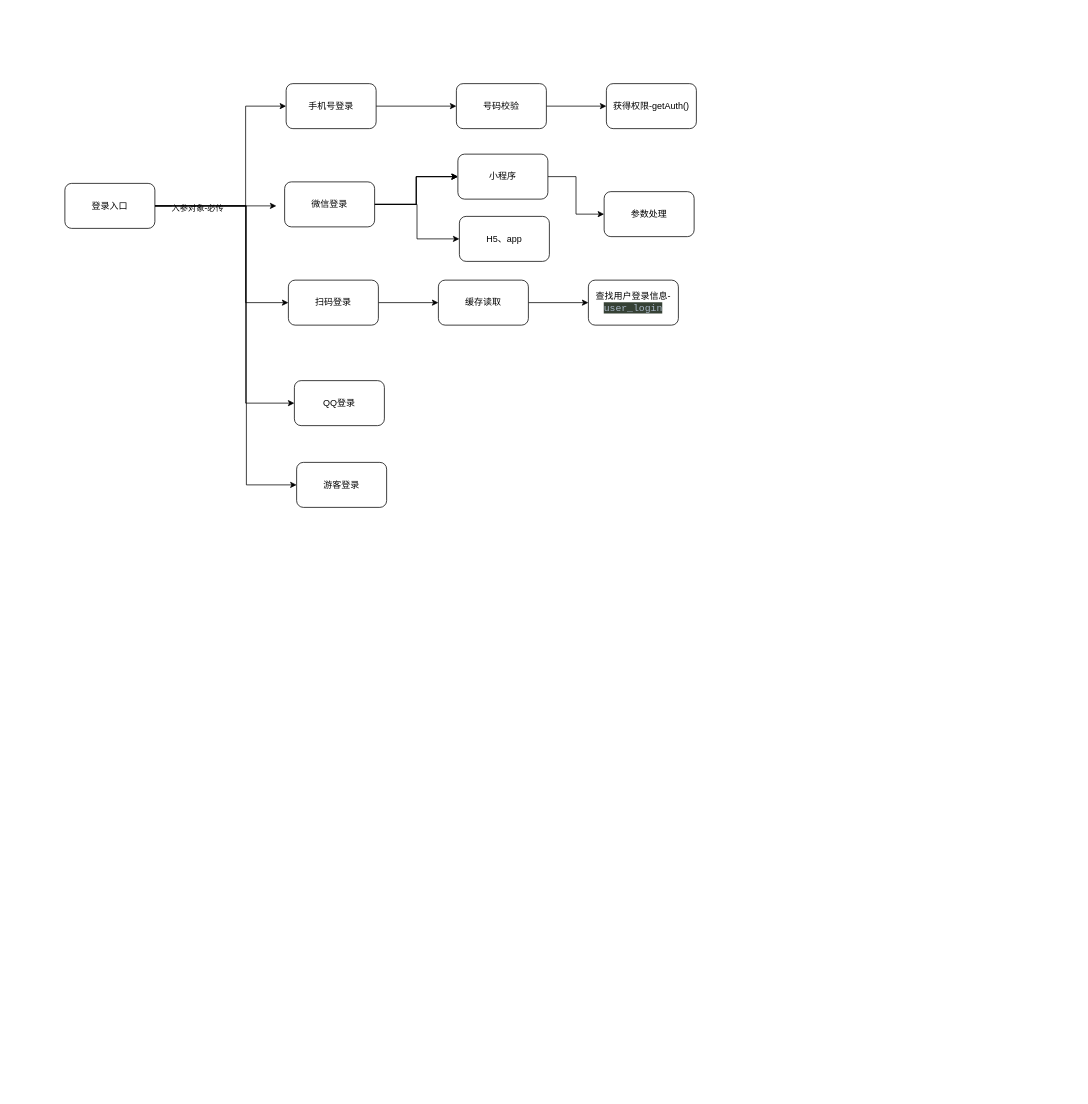
The draw.io diagram 扩展学习流程图/海绵登录流程图.drawio in YYB1024/myRemoteRepo, before the edit. Source tidied: cells renumbered, new cells numbered last; positions are measured from the earlier drawing's top-left corner, leaving out a move shared by most shapes. Both pictures are drawn from the tidied source at 75%, with x=0, y=0 at pixel (64, 83).
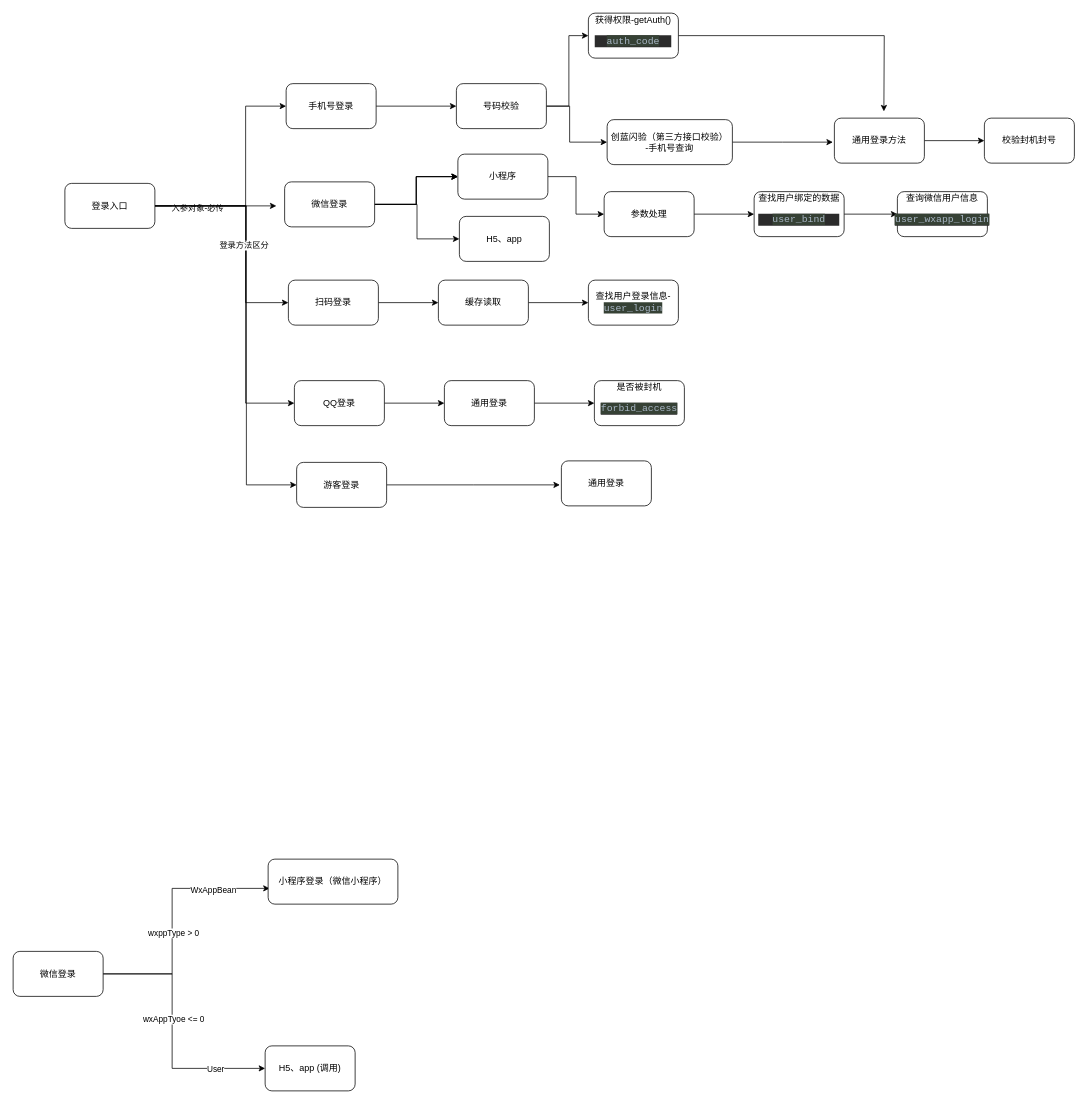
Above is the later version.

Commit message:
更新海绵登录流程图.drawio

The change refers to these unchanged cells:
```xml
<mxCell id="7" style="edgeStyle=orthogonalEdgeStyle;rounded=0;jettySize=auto;html=1;entryX=0;entryY=0.5;entryDx=0;entryDy=0;" parent="1" edge="1" source="8" target="19">
  <mxGeometry relative="1" as="geometry">
    <Array as="points">
      <mxPoint x="242" y="163" />
      <mxPoint x="242" y="535" />
    </Array>
  </mxGeometry>
</mxCell>
<mxCell id="18" value="QQ登录" style="rounded=1;whiteSpace=wrap;html=1;" parent="1" vertex="1">
  <mxGeometry x="306" y="396" width="120" height="60" as="geometry" />
</mxCell>
<mxCell id="19" value="游客登录" style="rounded=1;whiteSpace=wrap;html=1;" parent="1" vertex="1">
  <mxGeometry x="309" y="505" width="120" height="60" as="geometry" />
</mxCell>
<mxCell id="21" value="号码校验" style="whiteSpace=wrap;html=1;rounded=1;" parent="1" vertex="1">
  <mxGeometry x="522" width="120" height="60" as="geometry" />
</mxCell>
<mxCell id="26" value="参数处理" style="whiteSpace=wrap;html=1;rounded=1;" parent="1" vertex="1">
  <mxGeometry x="719" y="144" width="120" height="60" as="geometry" />
</mxCell>
```

The edit, as a diff of the source:
```diff
@@
+    <mxCell id="30" value="登录方法区分" style="edgeLabel;html=1;align=center;verticalAlign=middle;" parent="7" vertex="1">
+      <mxGeometry x="-0.38" y="-4" relative="1" as="geometry" />
+    </mxCell>
@@
+    <mxCell id="31" style="edgeStyle=orthogonalEdgeStyle;rounded=0;jettySize=auto;html=1;" parent="1" edge="1" source="18" target="37">
+      <mxGeometry relative="1" as="geometry" />
+    </mxCell>
@@
+    <mxCell id="32" style="edgeStyle=orthogonalEdgeStyle;rounded=0;jettySize=auto;html=1;" parent="1" edge="1" source="19">
+      <mxGeometry relative="1" as="geometry">
+        <mxPoint x="660" y="535" as="targetPoint" />
+      </mxGeometry>
+    </mxCell>
@@
     <mxCell id="20" style="edgeStyle=orthogonalEdgeStyle;rounded=0;jettySize=auto;html=1;" parent="1" edge="1" source="21" target="22">
-      <mxGeometry relative="1" as="geometry" />
+      <mxGeometry relative="1" as="geometry">
+        <Array as="points">
+          <mxPoint x="672" y="30" />
+          <mxPoint x="672" y="-64" />
+        </Array>
+      </mxGeometry>
     </mxCell>
+    <mxCell id="33" style="edgeStyle=orthogonalEdgeStyle;rounded=0;jettySize=auto;html=1;" parent="1" edge="1" source="21" target="41">
+      <mxGeometry relative="1" as="geometry">
+        <Array as="points">
+          <mxPoint x="673" y="30" />
+          <mxPoint x="673" y="78" />
+        </Array>
+      </mxGeometry>
+    </mxCell>
@@
+    <mxCell id="34" style="edgeStyle=orthogonalEdgeStyle;rounded=0;jettySize=auto;html=1;" parent="1" edge="1" source="22">
+      <mxGeometry relative="1" as="geometry">
+        <mxPoint x="1092" y="37" as="targetPoint" />
+      </mxGeometry>
+    </mxCell>
-    <mxCell id="22" value="获得权限-getAuth()" style="whiteSpace=wrap;html=1;rounded=1;" parent="1" vertex="1">
-      <mxGeometry x="722" width="120" height="60" as="geometry" />
+    <mxCell id="22" value="获得权限-getAuth()&lt;br&gt;&lt;pre style=&quot;background-color:#2b2b2b;color:#a9b7c6;font-family:'JetBrains Mono',monospace;font-size:9.8pt;&quot;&gt;&lt;span style=&quot;background-color:#364135;&quot;&gt;auth_code&lt;/span&gt;&lt;/pre&gt;" style="whiteSpace=wrap;html=1;rounded=1;" parent="1" vertex="1">
+      <mxGeometry x="698" y="-94" width="120" height="60" as="geometry" />
     </mxCell>
@@
+    <mxCell id="35" style="edgeStyle=orthogonalEdgeStyle;rounded=0;jettySize=auto;html=1;" parent="1" edge="1" source="26" target="46">
+      <mxGeometry relative="1" as="geometry" />
+    </mxCell>
@@
+    <mxCell id="36" style="edgeStyle=orthogonalEdgeStyle;rounded=0;jettySize=auto;html=1;" parent="1" edge="1" source="37" target="38">
+      <mxGeometry relative="1" as="geometry" />
+    </mxCell>
+    <mxCell id="37" value="通用登录" style="whiteSpace=wrap;html=1;rounded=1;" parent="1" vertex="1">
+      <mxGeometry x="506" y="396" width="120" height="60" as="geometry" />
+    </mxCell>
+    <mxCell id="38" value="是否被封机&lt;div&gt;&lt;pre style=&quot;background-color:#2b2b2b;color:#a9b7c6;font-family:'JetBrains Mono',monospace;font-size:9.8pt;&quot;&gt;&lt;span style=&quot;background-color:#364135;&quot;&gt;forbid_access&lt;/span&gt;&lt;/pre&gt;&lt;/div&gt;" style="whiteSpace=wrap;html=1;rounded=1;" parent="1" vertex="1">
+      <mxGeometry x="706" y="396" width="120" height="60" as="geometry" />
+    </mxCell>
+    <mxCell id="39" value="通用登录" style="whiteSpace=wrap;html=1;rounded=1;" parent="1" vertex="1">
+      <mxGeometry x="662" y="503" width="120" height="60" as="geometry" />
+    </mxCell>
+    <mxCell id="40" style="edgeStyle=orthogonalEdgeStyle;rounded=0;jettySize=auto;html=1;" parent="1" edge="1" source="41">
+      <mxGeometry relative="1" as="geometry">
+        <mxPoint x="1024" y="78" as="targetPoint" />
+      </mxGeometry>
+    </mxCell>
+    <mxCell id="41" value="创蓝闪验（第三方接口校验）&lt;br&gt;-手机号查询" style="whiteSpace=wrap;html=1;rounded=1;" parent="1" vertex="1">
+      <mxGeometry x="723" y="48" width="167" height="60" as="geometry" />
+    </mxCell>
+    <mxCell id="42" style="edgeStyle=orthogonalEdgeStyle;rounded=0;jettySize=auto;html=1;" parent="1" edge="1" source="43" target="44">
+      <mxGeometry relative="1" as="geometry" />
+    </mxCell>
+    <mxCell id="43" value="通用登录方法" style="whiteSpace=wrap;html=1;rounded=1;" parent="1" vertex="1">
+      <mxGeometry x="1026" y="46" width="120" height="60" as="geometry" />
+    </mxCell>
+    <mxCell id="44" value="校验封机封号" style="whiteSpace=wrap;html=1;rounded=1;" parent="1" vertex="1">
+      <mxGeometry x="1226" y="46" width="120" height="60" as="geometry" />
+    </mxCell>
+    <mxCell id="45" style="edgeStyle=orthogonalEdgeStyle;rounded=0;jettySize=auto;html=1;" parent="1" edge="1" source="46" target="47">
+      <mxGeometry relative="1" as="geometry" />
+    </mxCell>
+    <mxCell id="46" value="查找用户绑定的数据&lt;br&gt;&lt;pre style=&quot;background-color:#2b2b2b;color:#a9b7c6;font-family:'JetBrains Mono',monospace;font-size:9.8pt;&quot;&gt;&lt;span style=&quot;background-color:#364135;&quot;&gt;user_bind&lt;/span&gt;&lt;/pre&gt;" style="whiteSpace=wrap;html=1;rounded=1;" parent="1" vertex="1">
+      <mxGeometry x="919" y="144" width="120" height="60" as="geometry" />
+    </mxCell>
+    <mxCell id="47" value="查询微信用户信息&lt;div&gt;&lt;pre style=&quot;background-color:#2b2b2b;color:#a9b7c6;font-family:'JetBrains Mono',monospace;font-size:9.8pt;&quot;&gt;&lt;span style=&quot;background-color:#364135;&quot;&gt;user_wxapp_login&lt;/span&gt;&lt;/pre&gt;&lt;/div&gt;" style="whiteSpace=wrap;html=1;rounded=1;" parent="1" vertex="1">
+      <mxGeometry x="1110" y="144" width="120" height="60" as="geometry" />
+    </mxCell>
+    <mxCell id="48" style="edgeStyle=orthogonalEdgeStyle;rounded=0;jettySize=auto;html=1;" parent="1" edge="1" source="54">
+      <mxGeometry relative="1" as="geometry">
+        <mxPoint x="273" y="1073" as="targetPoint" />
+        <Array as="points">
+          <mxPoint x="143" y="1187" />
+          <mxPoint x="143" y="1073" />
+        </Array>
+      </mxGeometry>
+    </mxCell>
+    <mxCell id="49" value="wxppType &amp;gt; 0" style="edgeLabel;html=1;align=center;verticalAlign=middle;" parent="48" vertex="1">
+      <mxGeometry x="-0.12" y="-1" relative="1" as="geometry">
+        <mxPoint y="1" as="offset" />
+      </mxGeometry>
+    </mxCell>
+    <mxCell id="50" value="WxAppBean" style="edgeLabel;html=1;align=center;verticalAlign=middle;" parent="48" vertex="1">
+      <mxGeometry x="0.55" y="-1" relative="1" as="geometry" />
+    </mxCell>
+    <mxCell id="51" style="edgeStyle=orthogonalEdgeStyle;rounded=0;jettySize=auto;html=1;entryX=0;entryY=0.5;entryDx=0;entryDy=0;" parent="1" edge="1" source="54" target="56">
+      <mxGeometry relative="1" as="geometry">
+        <Array as="points">
+          <mxPoint x="143" y="1187" />
+          <mxPoint x="143" y="1313" />
+        </Array>
+      </mxGeometry>
+    </mxCell>
+    <mxCell id="52" value="wxAppTyoe &amp;lt;= 0" style="edgeLabel;html=1;align=center;verticalAlign=middle;" parent="51" vertex="1">
+      <mxGeometry x="-0.11" y="1" relative="1" as="geometry" />
+    </mxCell>
+    <mxCell id="53" value="User" style="edgeLabel;html=1;align=center;verticalAlign=middle;" parent="51" vertex="1">
+      <mxGeometry x="0.61" relative="1" as="geometry" />
+    </mxCell>
+    <mxCell id="54" value="微信登录" style="rounded=1;whiteSpace=wrap;html=1;" parent="1" vertex="1">
+      <mxGeometry x="-69" y="1157" width="120" height="60" as="geometry" />
+    </mxCell>
+    <mxCell id="55" value="小程序登录（微信小程序）" style="rounded=1;whiteSpace=wrap;html=1;" parent="1" vertex="1">
+      <mxGeometry x="271" y="1034" width="173" height="60" as="geometry" />
+    </mxCell>
+    <mxCell id="56" value="H5、app (调用)" style="rounded=1;whiteSpace=wrap;html=1;" parent="1" vertex="1">
+      <mxGeometry x="267" y="1283" width="120" height="60" as="geometry" />
+    </mxCell>
```
